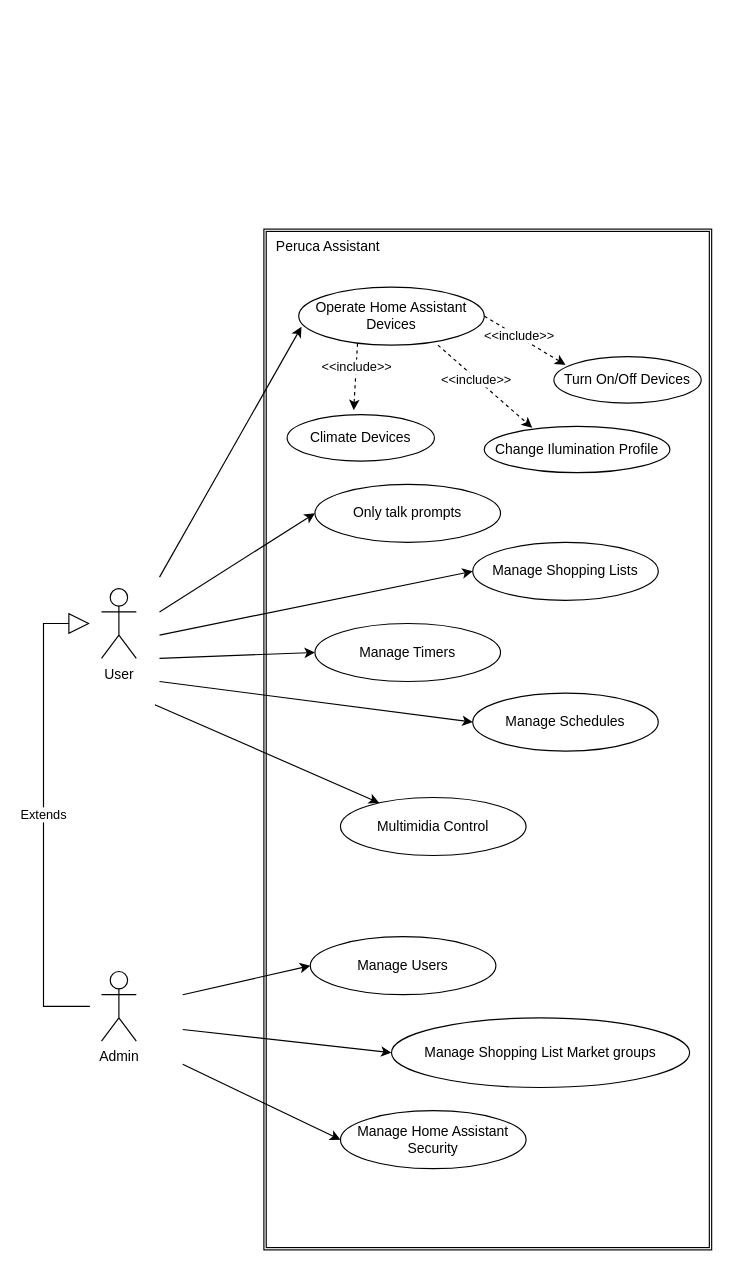
Above: page "Use Case" (1 of 3) of docs/Peruca.drawio in BrunoCremaFerreira/peruca (draw.io), before the change. Source tidied: cells renumbered, new cells numbered last; positions are measured from the earlier drawing's top-left corner, leaving out a move shared by most shapes. Both pictures are drawn from the tidied source at 116%, with x=0, y=0 at pixel (43, 229).
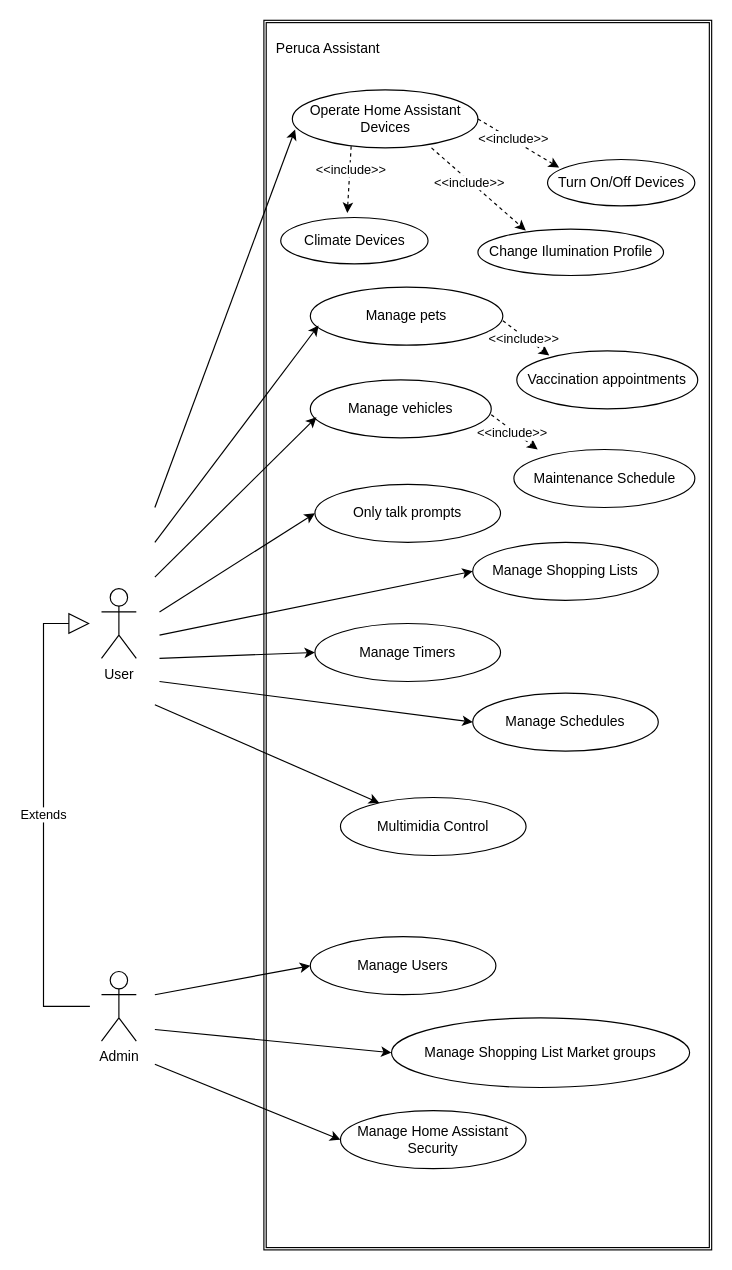
After the change.

Commit message:
Use Case Diagram Updates

The change refers to these unchanged cells:
```xml
<mxCell id="8" value="Manage Users" style="ellipse;whiteSpace=wrap;html=1;" parent="1" vertex="1">
  <mxGeometry x="230" y="610" width="160" height="50" as="geometry" />
</mxCell>
<mxCell id="10" value="Manage Shopping List Market groups" style="ellipse;whiteSpace=wrap;html=1;" parent="1" vertex="1">
  <mxGeometry x="300" y="680" width="257" height="60" as="geometry" />
</mxCell>
<mxCell id="29" value="Manage Home Assistant Security" style="ellipse;whiteSpace=wrap;html=1;" parent="1" vertex="1">
  <mxGeometry x="256" y="760" width="160" height="50" as="geometry" />
</mxCell>
```

What changed in the source:
```diff
@@
     <mxCell id="2" style="shape=ext;double=1;rounded=0;whiteSpace=wrap;html=1;" parent="1" vertex="1">
-      <mxGeometry x="190" width="386" height="880" as="geometry" />
+      <mxGeometry x="190" y="-180" width="386" height="1060" as="geometry" />
     </mxCell>
@@
     <mxCell id="9" style="endArrow=classic;html=1;rounded=0;entryX=0;entryY=0.5;entryDx=0;entryDy=0;" parent="1" edge="1" target="8">
       <mxGeometry relative="1" as="geometry">
-        <mxPoint x="120" y="660" as="sourcePoint" />
+        <mxPoint x="96" y="660" as="sourcePoint" />
       </mxGeometry>
     </mxCell>
@@
     <mxCell id="11" style="endArrow=classic;html=1;rounded=0;entryX=0;entryY=0.5;entryDx=0;entryDy=0;" parent="1" edge="1" target="10">
       <mxGeometry relative="1" as="geometry">
-        <mxPoint x="120" y="690" as="sourcePoint" />
+        <mxPoint x="96" y="690" as="sourcePoint" />
       </mxGeometry>
     </mxCell>
@@
     <mxCell id="18" value="Operate Home Assistant Devices" style="ellipse;whiteSpace=wrap;html=1;" parent="1" vertex="1">
-      <mxGeometry x="220" y="50" width="160" height="50" as="geometry" />
+      <mxGeometry x="214.5" y="-120" width="160" height="50" as="geometry" />
     </mxCell>
     <mxCell id="19" style="endArrow=classic;html=1;rounded=0;entryX=0.015;entryY=0.683;entryDx=0;entryDy=0;entryPerimeter=0;" parent="1" edge="1" target="18">
       <mxGeometry relative="1" as="geometry">
-        <mxPoint x="100" y="300" as="sourcePoint" />
+        <mxPoint x="96" y="240" as="sourcePoint" />
       </mxGeometry>
     </mxCell>
     <mxCell id="20" value="Climate Devices" style="ellipse;whiteSpace=wrap;html=1;" parent="1" vertex="1">
-      <mxGeometry x="210" y="160" width="127" height="40" as="geometry" />
+      <mxGeometry x="204.5" y="-10" width="127" height="40" as="geometry" />
     </mxCell>
     <mxCell id="21" value="Turn On/Off Devices" style="ellipse;whiteSpace=wrap;html=1;" parent="1" vertex="1">
-      <mxGeometry x="440" y="110" width="127" height="40" as="geometry" />
+      <mxGeometry x="434.5" y="-60" width="127" height="40" as="geometry" />
     </mxCell>
     <mxCell id="22" value="Change Ilumination Profile" style="ellipse;whiteSpace=wrap;html=1;" parent="1" vertex="1">
-      <mxGeometry x="380" y="170" width="160" height="40" as="geometry" />
+      <mxGeometry x="374.5" width="160" height="40" as="geometry" />
     </mxCell>
     <mxCell id="23" style="endArrow=classic;html=1;rounded=0;exitX=1;exitY=0.5;exitDx=0;exitDy=0;dashed=1;" parent="1" edge="1" source="18">
       <mxGeometry relative="1" as="geometry">
-        <mxPoint x="450" y="117" as="targetPoint" />
+        <mxPoint x="444.5" y="-53" as="targetPoint" />
       </mxGeometry>
     </mxCell>
@@
     <mxCell id="25" style="endArrow=classic;html=1;rounded=0;exitX=1;exitY=0.5;exitDx=0;exitDy=0;dashed=1;entryX=0.258;entryY=0.031;entryDx=0;entryDy=0;entryPerimeter=0;" parent="1" edge="1" target="22">
       <mxGeometry relative="1" as="geometry">
-        <mxPoint x="340" y="100" as="sourcePoint" />
+        <mxPoint x="334.5" y="-70" as="sourcePoint" />
       </mxGeometry>
     </mxCell>
@@
     <mxCell id="30" style="endArrow=classic;html=1;rounded=0;entryX=0;entryY=0.5;entryDx=0;entryDy=0;" parent="1" edge="1" target="29">
       <mxGeometry relative="1" as="geometry">
-        <mxPoint x="120" y="720" as="sourcePoint" />
+        <mxPoint x="96" y="720" as="sourcePoint" />
       </mxGeometry>
     </mxCell>
     <mxCell id="31" value="Peruca Assistant" style="text;html=1;align=center;verticalAlign=middle;strokeColor=none;fillColor=none;" parent="1" vertex="1">
-      <mxGeometry x="190" width="110" height="30" as="geometry" />
+      <mxGeometry x="190" y="-170" width="110" height="30" as="geometry" />
     </mxCell>
@@
+    <mxCell id="34" value="Manage vehicles" style="ellipse;whiteSpace=wrap;html=1;" parent="1" vertex="1">
+      <mxGeometry x="230" y="130" width="156" height="50" as="geometry" />
+    </mxCell>
+    <mxCell id="35" style="endArrow=classic;html=1;rounded=0;entryX=0.034;entryY=0.643;entryDx=0;entryDy=0;entryPerimeter=0;" parent="1" edge="1" target="34">
+      <mxGeometry relative="1" as="geometry">
+        <mxPoint x="96" y="300" as="sourcePoint" />
+      </mxGeometry>
+    </mxCell>
+    <mxCell id="36" value="Manage pets" style="ellipse;whiteSpace=wrap;html=1;" parent="1" vertex="1">
+      <mxGeometry x="230" y="50" width="166" height="50" as="geometry" />
+    </mxCell>
+    <mxCell id="37" style="endArrow=classic;html=1;rounded=0;entryX=0.043;entryY=0.66;entryDx=0;entryDy=0;entryPerimeter=0;" parent="1" edge="1" target="36">
+      <mxGeometry relative="1" as="geometry">
+        <mxPoint x="96" y="270" as="sourcePoint" />
+      </mxGeometry>
+    </mxCell>
+    <mxCell id="38" style="endArrow=classic;html=1;rounded=0;exitX=1;exitY=0.5;exitDx=0;exitDy=0;dashed=1;" parent="1" edge="1">
+      <mxGeometry relative="1" as="geometry">
+        <mxPoint x="386" y="160" as="sourcePoint" />
+        <mxPoint x="426" y="190" as="targetPoint" />
+      </mxGeometry>
+    </mxCell>
+    <mxCell id="39" value="&amp;lt;&amp;lt;include&amp;gt;&amp;gt;" style="edgeLabel;html=1;align=center;verticalAlign=middle;" parent="38" vertex="1">
+      <mxGeometry x="-0.19" y="-1" relative="1" as="geometry">
+        <mxPoint x="2" y="3" as="offset" />
+      </mxGeometry>
+    </mxCell>
+    <mxCell id="40" value="Maintenance Schedule" style="ellipse;whiteSpace=wrap;html=1;" parent="1" vertex="1">
+      <mxGeometry x="405.5" y="190" width="156" height="50" as="geometry" />
+    </mxCell>
+    <mxCell id="41" style="endArrow=classic;html=1;rounded=0;exitX=1;exitY=0.5;exitDx=0;exitDy=0;dashed=1;" parent="1" edge="1">
+      <mxGeometry relative="1" as="geometry">
+        <mxPoint x="396" y="79" as="sourcePoint" />
+        <mxPoint x="436" y="109" as="targetPoint" />
+      </mxGeometry>
+    </mxCell>
+    <mxCell id="42" value="&amp;lt;&amp;lt;include&amp;gt;&amp;gt;" style="edgeLabel;html=1;align=center;verticalAlign=middle;" parent="41" vertex="1">
+      <mxGeometry x="-0.19" y="-1" relative="1" as="geometry">
+        <mxPoint x="2" y="3" as="offset" />
+      </mxGeometry>
+    </mxCell>
+    <mxCell id="43" value="Vaccination appointments" style="ellipse;whiteSpace=wrap;html=1;" parent="1" vertex="1">
+      <mxGeometry x="408" y="105" width="156" height="50" as="geometry" />
+    </mxCell>
```
